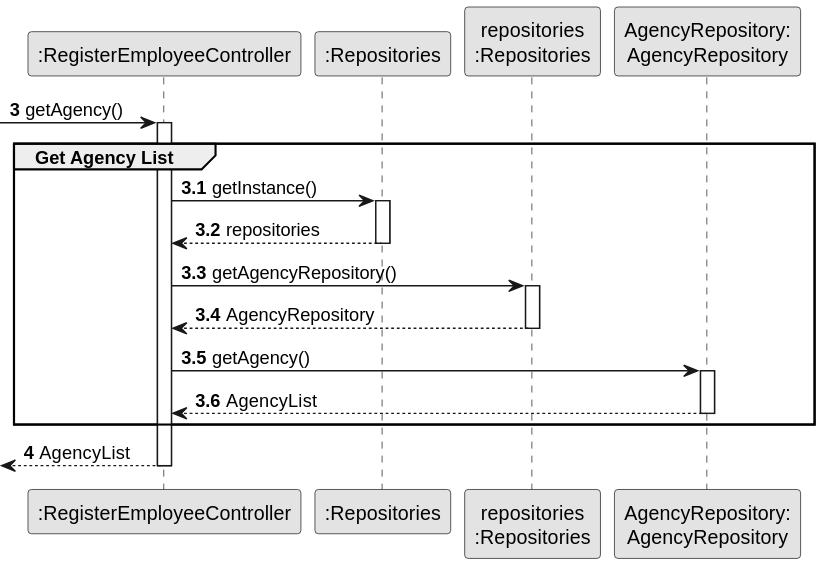
Above: docs/sprintB/us003/03.design/svg/us003-sequence-diagram-partial-get-agency-list.svg in rita-barbosa/LAPR2-2223 (PlantUML), before the change.
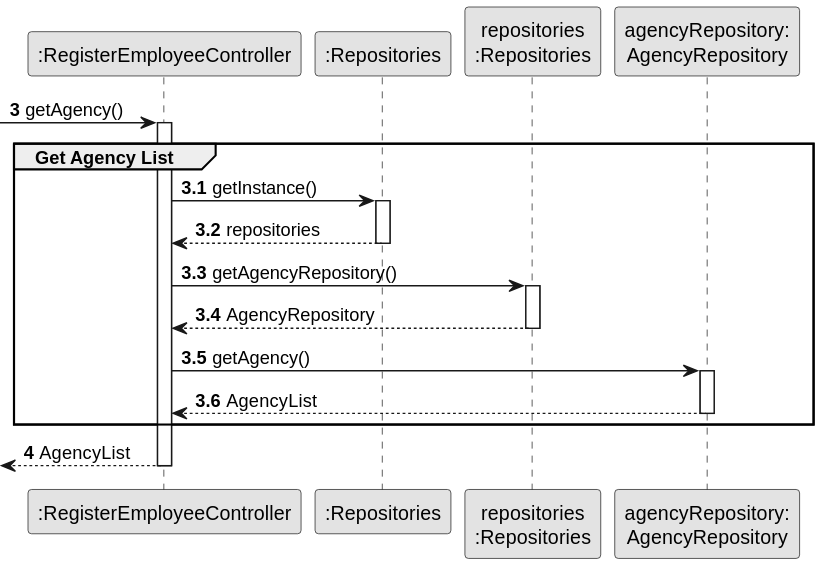
The same file after the commit.

Diff of the diagram source:
```diff
@@ -9,8 +9,7 @@
 participant ":RegisterEmployeeController" as CTRL
 participant ":Repositories" as RepositorySingleton
 participant "repositories\n:Repositories" as PLAT
-participant "AgencyRepository:\nAgencyRepository" as AgencyRepository
-participant "AgencyRepository:\nAgencyRepository" as AgencyRepository
+participant "agencyRepository:\nAgencyRepository" as AgencyRepository
 
 autonumber 3
 
```
